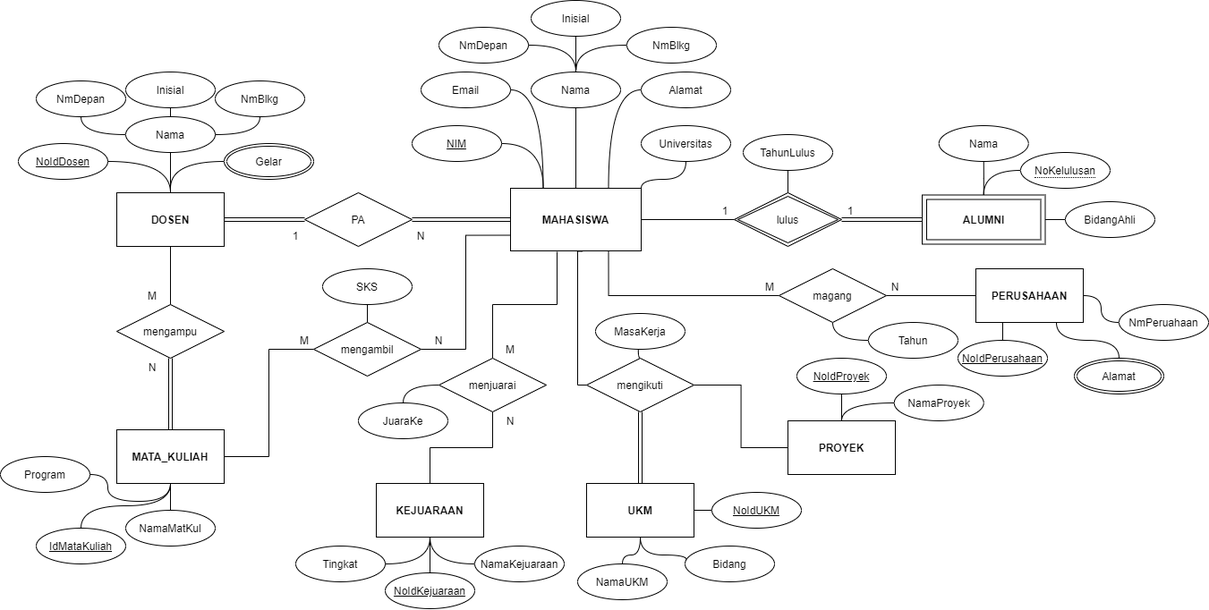
This is DBMS 01.drawio.png from Drithh/ER-Diagram, a draw.io export, as it was before one commit. Source tidied: cells renumbered, new cells last; positions are measured from the earlier drawing's top-left corner, leaving out a move shared by most shapes.
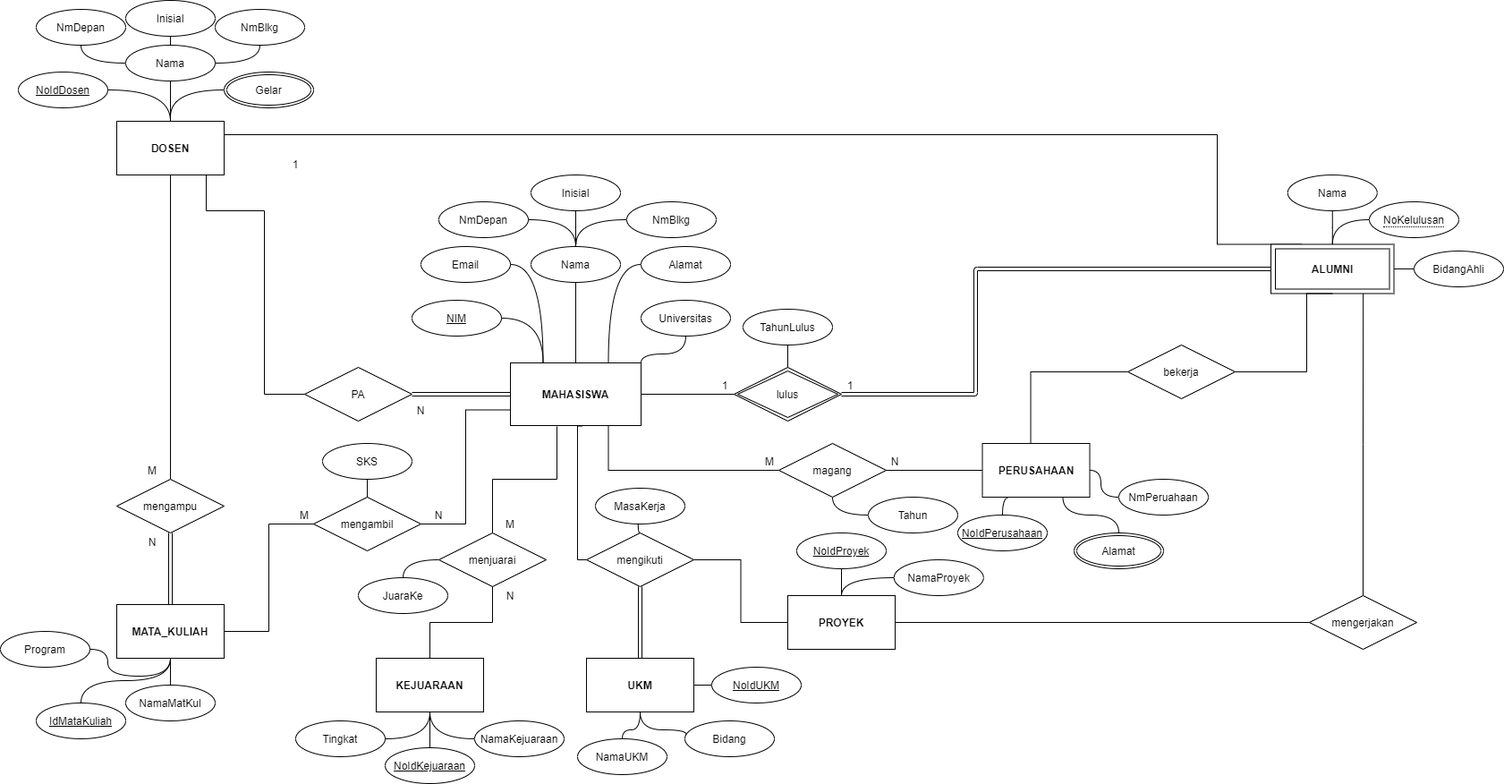
The same file after the commit.

The edit, as a diff of the source:
```diff
@@ -79,7 +79,12 @@
       <mxGeometry x="593" width="100" height="40" as="geometry" />
     </mxCell>
     <mxCell id="26" style="edgeStyle=orthogonalEdgeStyle;curved=1;jettySize=auto;html=1;entryX=0;entryY=0.5;entryDx=0;entryDy=0;endArrow=none;endFill=0;shape=link;" parent="1" edge="1" source="27" target="30">
-      <mxGeometry relative="1" as="geometry" />
+      <mxGeometry relative="1" as="geometry">
+        <Array as="points">
+          <mxPoint x="1090" y="245" />
+          <mxPoint x="1090" y="105" />
+        </Array>
+      </mxGeometry>
     </mxCell>
     <mxCell id="27" value="lulus" style="shape=rhombus;double=1;perimeter=rhombusPerimeter;whiteSpace=wrap;html=1;align=center;" parent="1" vertex="1">
       <mxGeometry x="820" y="215" width="120" height="60" as="geometry" />
@@ -90,8 +95,16 @@
     <mxCell id="29" style="edgeStyle=orthogonalEdgeStyle;curved=1;jettySize=auto;html=1;entryX=0;entryY=0.5;entryDx=0;entryDy=0;endArrow=none;endFill=0;strokeColor=default;" parent="1" edge="1" source="30" target="47">
       <mxGeometry relative="1" as="geometry" />
     </mxCell>
+    <mxCell id="116" style="edgeStyle=orthogonalEdgeStyle;rounded=0;jettySize=auto;html=1;exitX=0.25;exitY=0;exitDx=0;exitDy=0;entryX=1;entryY=0.25;entryDx=0;entryDy=0;endArrow=none;endFill=0;" parent="1" edge="1" source="30" target="72">
+      <mxGeometry relative="1" as="geometry">
+        <Array as="points">
+          <mxPoint x="1360" y="78" />
+          <mxPoint x="1360" y="-45" />
+        </Array>
+      </mxGeometry>
+    </mxCell>
     <mxCell id="30" value="&lt;b&gt;ALUMNI&lt;/b&gt;" style="shape=ext;margin=3;double=1;whiteSpace=wrap;html=1;align=center;" parent="1" vertex="1">
-      <mxGeometry x="1030" y="217.5" width="137.5" height="55" as="geometry" />
+      <mxGeometry x="1420" y="77.5" width="137.5" height="55" as="geometry" />
     </mxCell>
     <mxCell id="31" style="edgeStyle=orthogonalEdgeStyle;curved=1;jettySize=auto;html=1;entryX=0.5;entryY=0;entryDx=0;entryDy=0;endArrow=none;endFill=0;" parent="1" edge="1" source="32" target="20">
       <mxGeometry relative="1" as="geometry" />
@@ -136,13 +149,13 @@
       <mxGeometry relative="1" as="geometry" />
     </mxCell>
     <mxCell id="45" value="Nama" style="ellipse;whiteSpace=wrap;html=1;align=center;" parent="1" vertex="1">
-      <mxGeometry x="1048.8" y="140" width="100" height="40" as="geometry" />
+      <mxGeometry x="1438.8" width="100" height="40" as="geometry" />
     </mxCell>
     <mxCell id="46" value="&lt;span style=&quot;border-bottom: 1px dotted&quot;&gt;NoKelulusan&lt;/span&gt;" style="ellipse;whiteSpace=wrap;html=1;align=center;" parent="1" vertex="1">
-      <mxGeometry x="1140" y="170" width="100" height="40" as="geometry" />
+      <mxGeometry x="1530" y="30" width="100" height="40" as="geometry" />
     </mxCell>
     <mxCell id="47" value="BidangAhli" style="ellipse;whiteSpace=wrap;html=1;align=center;" parent="1" vertex="1">
-      <mxGeometry x="1190" y="225" width="100" height="40" as="geometry" />
+      <mxGeometry x="1580" y="85" width="100" height="40" as="geometry" />
     </mxCell>
     <mxCell id="48" value="NamaProyek" style="ellipse;whiteSpace=wrap;html=1;align=center;" parent="1" vertex="1">
       <mxGeometry x="998.8" y="430" width="100" height="40" as="geometry" />
@@ -193,7 +206,7 @@
       <mxGeometry relative="1" as="geometry" />
     </mxCell>
     <mxCell id="64" value="NoIdDosen" style="ellipse;whiteSpace=wrap;html=1;align=center;fontStyle=4;" parent="1" vertex="1">
-      <mxGeometry x="20" y="160" width="100" height="40" as="geometry" />
+      <mxGeometry x="20" y="-115" width="100" height="40" as="geometry" />
     </mxCell>
     <mxCell id="65" style="edgeStyle=orthogonalEdgeStyle;curved=1;jettySize=auto;html=1;entryX=0.5;entryY=0;entryDx=0;entryDy=0;endArrow=none;endFill=0;strokeColor=default;" parent="1" edge="1" source="74" target="72">
       <mxGeometry relative="1" as="geometry" />
@@ -205,25 +218,34 @@
       <mxGeometry relative="1" as="geometry" />
     </mxCell>
     <mxCell id="68" value="NmDepan" style="ellipse;whiteSpace=wrap;html=1;align=center;" parent="1" vertex="1">
-      <mxGeometry x="40" y="90" width="100" height="40" as="geometry" />
+      <mxGeometry x="40" y="-185" width="100" height="40" as="geometry" />
     </mxCell>
     <mxCell id="69" style="edgeStyle=orthogonalEdgeStyle;curved=1;jettySize=auto;html=1;entryX=1;entryY=0.5;entryDx=0;entryDy=0;endArrow=none;endFill=0;strokeColor=default;exitX=0.5;exitY=1;exitDx=0;exitDy=0;" parent="1" edge="1" source="70" target="74">
       <mxGeometry relative="1" as="geometry" />
     </mxCell>
     <mxCell id="70" value="NmBlkg" style="ellipse;whiteSpace=wrap;html=1;align=center;" parent="1" vertex="1">
-      <mxGeometry x="240" y="90" width="100" height="40" as="geometry" />
+      <mxGeometry x="240" y="-185" width="100" height="40" as="geometry" />
     </mxCell>
     <mxCell id="71" style="edgeStyle=orthogonalEdgeStyle;curved=1;jettySize=auto;html=1;entryX=0.5;entryY=0;entryDx=0;entryDy=0;endArrow=none;endFill=0;strokeColor=default;" parent="1" edge="1" source="72" target="76">
       <mxGeometry relative="1" as="geometry" />
     </mxCell>
+    <mxCell id="117" style="edgeStyle=orthogonalEdgeStyle;rounded=0;jettySize=auto;html=1;entryX=0;entryY=0.5;entryDx=0;entryDy=0;endArrow=none;endFill=0;" parent="1" edge="1" source="72" target="40">
+      <mxGeometry relative="1" as="geometry">
+        <Array as="points">
+          <mxPoint x="230" y="40" />
+          <mxPoint x="295" y="40" />
+          <mxPoint x="295" y="245" />
+        </Array>
+      </mxGeometry>
+    </mxCell>
     <mxCell id="72" value="&lt;b&gt;DOSEN&lt;/b&gt;" style="whiteSpace=wrap;html=1;" parent="1" vertex="1">
-      <mxGeometry x="130" y="215" width="120" height="60" as="geometry" />
+      <mxGeometry x="130" y="-60" width="120" height="60" as="geometry" />
     </mxCell>
     <mxCell id="73" value="Inisial" style="ellipse;whiteSpace=wrap;html=1;align=center;" parent="1" vertex="1">
-      <mxGeometry x="140" y="80" width="100" height="40" as="geometry" />
+      <mxGeometry x="140" y="-195" width="100" height="40" as="geometry" />
     </mxCell>
     <mxCell id="74" value="Nama" style="ellipse;whiteSpace=wrap;html=1;align=center;" parent="1" vertex="1">
-      <mxGeometry x="140" y="130" width="100" height="40" as="geometry" />
+      <mxGeometry x="140" y="-145" width="100" height="40" as="geometry" />
     </mxCell>
     <mxCell id="75" style="edgeStyle=orthogonalEdgeStyle;curved=1;jettySize=auto;html=1;entryX=0.5;entryY=0;entryDx=0;entryDy=0;endArrow=none;endFill=0;strokeColor=default;shape=link;" parent="1" edge="1" source="76" target="80">
       <mxGeometry relative="1" as="geometry" />
@@ -263,11 +285,11 @@
     </mxCell>
     <mxCell id="87" style="edgeStyle=orthogonalEdgeStyle;curved=1;jettySize=auto;html=1;endArrow=none;endFill=0;strokeColor=default;" parent="1" edge="1" source="88">
       <mxGeometry relative="1" as="geometry">
-        <mxPoint x="190" y="210" as="targetPoint" />
+        <mxPoint x="190" y="-65" as="targetPoint" />
       </mxGeometry>
     </mxCell>
     <mxCell id="88" value="Gelar" style="ellipse;shape=doubleEllipse;margin=3;whiteSpace=wrap;html=1;align=center;" parent="1" vertex="1">
-      <mxGeometry x="250" y="160" width="100" height="40" as="geometry" />
+      <mxGeometry x="250" y="-115" width="100" height="40" as="geometry" />
     </mxCell>
     <mxCell id="89" style="edgeStyle=orthogonalEdgeStyle;curved=1;jettySize=auto;html=1;entryX=0.5;entryY=1;entryDx=0;entryDy=0;endArrow=none;endFill=0;strokeColor=default;" parent="1" edge="1" source="90" target="80">
       <mxGeometry relative="1" as="geometry" />
@@ -290,8 +312,11 @@
     <mxCell id="95" style="edgeStyle=orthogonalEdgeStyle;curved=1;jettySize=auto;html=1;entryX=0.5;entryY=0;entryDx=0;entryDy=0;endArrow=none;endFill=0;strokeColor=default;exitX=0.75;exitY=1;exitDx=0;exitDy=0;" parent="1" edge="1" source="96" target="100">
       <mxGeometry relative="1" as="geometry" />
     </mxCell>
+    <mxCell id="118" style="edgeStyle=orthogonalEdgeStyle;rounded=0;jettySize=auto;html=1;endArrow=none;endFill=0;entryX=0.75;entryY=1;entryDx=0;entryDy=0;startArrow=none;" parent="1" edge="1" source="122" target="30">
+      <mxGeometry relative="1" as="geometry" />
+    </mxCell>
     <mxCell id="96" value="&lt;b&gt;PERUSAHAAN&lt;/b&gt;" style="whiteSpace=wrap;html=1;" parent="1" vertex="1">
-      <mxGeometry x="1090" y="300" width="120" height="60" as="geometry" />
+      <mxGeometry x="1097.5" y="300" width="120" height="60" as="geometry" />
     </mxCell>
     <mxCell id="97" style="edgeStyle=orthogonalEdgeStyle;curved=1;jettySize=auto;html=1;endArrow=none;endFill=0;strokeColor=default;" parent="1" edge="1" source="98" target="96">
       <mxGeometry relative="1" as="geometry" />
@@ -339,7 +364,7 @@
       <mxGeometry x="320" y="370" width="40" height="20" as="geometry" />
     </mxCell>
     <mxCell id="112" value="1" style="text;html=1;strokeColor=none;fillColor=none;align=center;verticalAlign=middle;whiteSpace=wrap;rounded=0;" parent="1" vertex="1">
-      <mxGeometry x="310" y="252.5" width="40" height="20" as="geometry" />
+      <mxGeometry x="310" y="-22.5" width="40" height="20" as="geometry" />
     </mxCell>
     <mxCell id="113" value="N" style="text;html=1;strokeColor=none;fillColor=none;align=center;verticalAlign=middle;whiteSpace=wrap;rounded=0;" parent="1" vertex="1">
       <mxGeometry x="450" y="252.5" width="40" height="20" as="geometry" />
@@ -350,5 +375,25 @@
     <mxCell id="115" value="N" style="text;html=1;strokeColor=none;fillColor=none;align=center;verticalAlign=middle;whiteSpace=wrap;rounded=0;" parent="1" vertex="1">
       <mxGeometry x="150" y="400" width="40" height="20" as="geometry" />
     </mxCell>
+    <mxCell id="119" style="edgeStyle=orthogonalEdgeStyle;rounded=0;jettySize=auto;html=1;entryX=0.5;entryY=1;entryDx=0;entryDy=0;endArrow=none;endFill=0;" parent="1" edge="1" source="121" target="30">
+      <mxGeometry relative="1" as="geometry">
+        <Array as="points">
+          <mxPoint x="1460" y="220" />
+          <mxPoint x="1460" y="133" />
+        </Array>
+      </mxGeometry>
+    </mxCell>
+    <mxCell id="120" style="edgeStyle=orthogonalEdgeStyle;rounded=0;jettySize=auto;html=1;entryX=0.45;entryY=-0.017;entryDx=0;entryDy=0;entryPerimeter=0;endArrow=none;endFill=0;" parent="1" edge="1" source="121" target="96">
+      <mxGeometry relative="1" as="geometry" />
+    </mxCell>
+    <mxCell id="121" value="bekerja" style="shape=rhombus;perimeter=rhombusPerimeter;whiteSpace=wrap;html=1;align=center;" parent="1" vertex="1">
+      <mxGeometry x="1260" y="190" width="120" height="60" as="geometry" />
+    </mxCell>
+    <mxCell id="122" value="mengerjakan" style="shape=rhombus;perimeter=rhombusPerimeter;whiteSpace=wrap;html=1;align=center;" parent="1" vertex="1">
+      <mxGeometry x="1463" y="470" width="120" height="60" as="geometry" />
+    </mxCell>
+    <mxCell id="123" style="edgeStyle=orthogonalEdgeStyle;rounded=0;jettySize=auto;html=1;endArrow=none;endFill=0;entryX=0;entryY=0.5;entryDx=0;entryDy=0;exitX=1;exitY=0.5;exitDx=0;exitDy=0;" parent="1" edge="1" source="38" target="122">
+      <mxGeometry relative="1" as="geometry" />
+    </mxCell>
   </root>
 </mxGraphModel>
```
